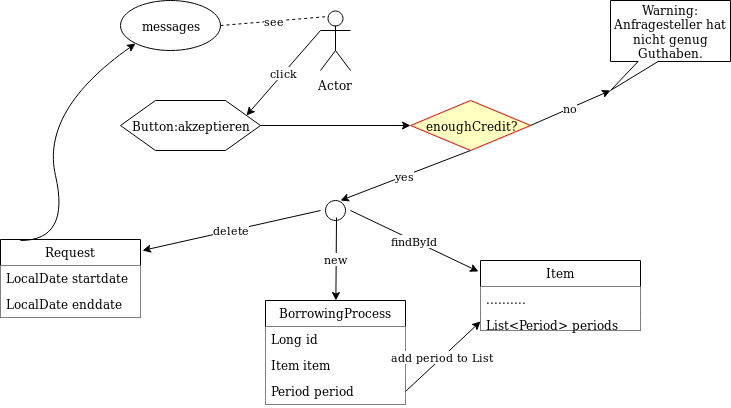
Earlier version of the draw.io export Diagram/acceptRequest.png (Jukre111/Propra-im-Team). Source tidied: cells renumbered, new cells last; positions are measured from the earlier drawing's top-left corner, leaving out a move shared by most shapes. Its diagram source:
```xml
<mxGraphModel>
  <root>
    <mxCell id="0" />
    <mxCell id="1" parent="0" />
    <mxCell id="2" value="Actor" style="shape=umlActor;verticalLabelPosition=bottom;labelBackgroundColor=#ffffff;verticalAlign=top;html=1;outlineConnect=0;" parent="1" vertex="1">
      <mxGeometry x="320" y="10" width="30" height="60" as="geometry" />
    </mxCell>
    <mxCell id="3" value="messages" style="ellipse;whiteSpace=wrap;html=1;" parent="1" vertex="1">
      <mxGeometry x="120" width="100" height="50" as="geometry" />
    </mxCell>
    <mxCell id="4" value="see" style="endArrow=none;dashed=1;html=1;entryX=0.25;entryY=0.1;entryDx=0;entryDy=0;entryPerimeter=0;exitX=1;exitY=0.5;exitDx=0;exitDy=0;" parent="1" edge="1" source="3" target="2">
      <mxGeometry relative="1" as="geometry" />
    </mxCell>
    <mxCell id="5" value="Button:akzeptieren" style="shape=hexagon;perimeter=hexagonPerimeter2;whiteSpace=wrap;html=1;" parent="1" vertex="1">
      <mxGeometry x="120" y="100" width="140" height="50" as="geometry" />
    </mxCell>
    <mxCell id="6" value="click" style="endArrow=classic;html=1;entryX=1;entryY=0.25;entryDx=0;entryDy=0;exitX=0;exitY=0.3333333333333333;exitDx=0;exitDy=0;exitPerimeter=0;" parent="1" edge="1" source="2" target="5">
      <mxGeometry relative="1" as="geometry" />
    </mxCell>
    <mxCell id="7" value="enoughCredit?" style="rhombus;whiteSpace=wrap;html=1;fillColor=#ffffc0;strokeColor=#ff0000;" parent="1" vertex="1">
      <mxGeometry x="410" y="100" width="120" height="50" as="geometry" />
    </mxCell>
    <mxCell id="8" value="Warning: Anfragesteller hat nicht genug Guthaben." style="shape=callout;whiteSpace=wrap;html=1;perimeter=calloutPerimeter;size=29;position=0.23;position2=0;" parent="1" vertex="1">
      <mxGeometry x="610" width="120" height="90" as="geometry" />
    </mxCell>
    <mxCell id="9" value="no" style="endArrow=classic;html=1;exitX=1;exitY=0.5;exitDx=0;exitDy=0;entryX=0;entryY=0;entryDx=0;entryDy=90;entryPerimeter=0;" parent="1" edge="1" source="7" target="8">
      <mxGeometry relative="1" as="geometry" />
    </mxCell>
    <mxCell id="10" style="endArrow=classic;html=1;exitX=1;exitY=0.5;exitDx=0;exitDy=0;entryX=0;entryY=0.5;entryDx=0;entryDy=0;" parent="1" edge="1" source="5" target="7">
      <mxGeometry relative="1" as="geometry" />
    </mxCell>
    <mxCell id="11" value="yes" style="endArrow=classic;html=1;exitX=0.5;exitY=1;exitDx=0;exitDy=0;" parent="1" edge="1" source="7">
      <mxGeometry relative="1" as="geometry">
        <mxPoint x="340" y="200" as="targetPoint" />
      </mxGeometry>
    </mxCell>
    <mxCell id="12" style="ellipse;whiteSpace=wrap;html=1;" parent="1" vertex="1">
      <mxGeometry x="325" y="200" width="20" height="20" as="geometry" />
    </mxCell>
    <mxCell id="13" value="BorrowingProcess" style="swimlane;fontStyle=0;horizontal=1;startSize=26;fillColor=#ffffff;strokeColor=#000000;" parent="1" vertex="1">
      <mxGeometry x="265" y="300" width="140" height="104" as="geometry" />
    </mxCell>
    <mxCell id="14" value="Long id" style="text;strokeColor=none;fillColor=#ffffff;align=left;verticalAlign=top;spacingLeft=4;spacingRight=4;overflow=hidden;" parent="13" vertex="1">
      <mxGeometry y="26" width="140" height="26" as="geometry" />
    </mxCell>
    <mxCell id="15" value="Item item" style="text;strokeColor=none;fillColor=#ffffff;align=left;verticalAlign=top;spacingLeft=4;spacingRight=4;overflow=hidden;" parent="13" vertex="1">
      <mxGeometry y="52" width="140" height="26" as="geometry" />
    </mxCell>
    <mxCell id="16" value="Period period" style="text;strokeColor=none;fillColor=#ffffff;align=left;verticalAlign=top;spacingLeft=4;spacingRight=4;overflow=hidden;points=[[0,0.5],[1,0.5]];portConstraint=eastwest;" parent="13" vertex="1">
      <mxGeometry y="78" width="140" height="26" as="geometry" />
    </mxCell>
    <mxCell id="17" value="new" style="endArrow=classic;html=1;" parent="1" edge="1" target="13">
      <mxGeometry relative="1" as="geometry">
        <mxPoint x="336" y="217" as="sourcePoint" />
      </mxGeometry>
    </mxCell>
    <mxCell id="18" value="Item" style="swimlane;fontStyle=0;horizontal=1;startSize=26;fillColor=#ffffff;" parent="1" vertex="1">
      <mxGeometry x="480" y="260" width="160" height="70" as="geometry" />
    </mxCell>
    <mxCell id="19" value=".........." style="text;strokeColor=none;fillColor=#ffffff;align=left;verticalAlign=top;spacingLeft=4;spacingRight=4;overflow=hidden;" parent="18" vertex="1">
      <mxGeometry y="26" width="160" height="26" as="geometry" />
    </mxCell>
    <mxCell id="20" value="List&lt;Period&gt; periods" style="text;strokeColor=none;fillColor=#ffffff;align=left;verticalAlign=top;spacingLeft=4;spacingRight=4;overflow=hidden;points=[[0,0.5],[1,0.5]];portConstraint=eastwest;" parent="18" vertex="1">
      <mxGeometry y="52" width="160" height="18" as="geometry" />
    </mxCell>
    <mxCell id="21" value="findById" style="endArrow=classic;html=1;entryX=-0.012;entryY=0.154;entryDx=0;entryDy=0;entryPerimeter=0;" parent="1" edge="1" target="18">
      <mxGeometry relative="1" as="geometry">
        <mxPoint x="350" y="210" as="sourcePoint" />
      </mxGeometry>
    </mxCell>
    <mxCell id="22" value="add period to List" style="endArrow=classic;html=1;entryX=0;entryY=0.5;entryDx=0;entryDy=0;exitX=1;exitY=0.5;exitDx=0;exitDy=0;" parent="1" edge="1" source="16" target="20">
      <mxGeometry relative="1" as="geometry" />
    </mxCell>
    <mxCell id="23" value="Request" style="swimlane;fontStyle=0;horizontal=1;startSize=26;fillColor=#ffffff;" parent="1" vertex="1">
      <mxGeometry y="239" width="140" height="78" as="geometry" />
    </mxCell>
    <mxCell id="24" value="LocalDate startdate" style="text;strokeColor=none;fillColor=#ffffff;align=left;verticalAlign=top;spacingLeft=4;spacingRight=4;overflow=hidden;" parent="23" vertex="1">
      <mxGeometry y="26" width="140" height="26" as="geometry" />
    </mxCell>
    <mxCell id="25" value="LocalDate enddate" style="text;strokeColor=none;fillColor=#ffffff;align=left;verticalAlign=top;spacingLeft=4;spacingRight=4;overflow=hidden;" parent="23" vertex="1">
      <mxGeometry y="52" width="140" height="26" as="geometry" />
    </mxCell>
    <mxCell id="26" value="delete" style="endArrow=classic;html=1;entryX=1.014;entryY=0.141;entryDx=0;entryDy=0;entryPerimeter=0;" parent="1" edge="1" target="23">
      <mxGeometry relative="1" as="geometry">
        <mxPoint x="320" y="210" as="sourcePoint" />
      </mxGeometry>
    </mxCell>
    <mxCell id="27" style="curved=1;endArrow=classic;html=1;entryX=0;entryY=1;entryDx=0;entryDy=0;" parent="1" edge="1" target="3">
      <mxGeometry relative="1" as="geometry">
        <mxPoint x="20" y="240" as="sourcePoint" />
        <Array as="points">
          <mxPoint x="70" y="240" />
          <mxPoint x="40" y="110" />
        </Array>
      </mxGeometry>
    </mxCell>
  </root>
</mxGraphModel>
```
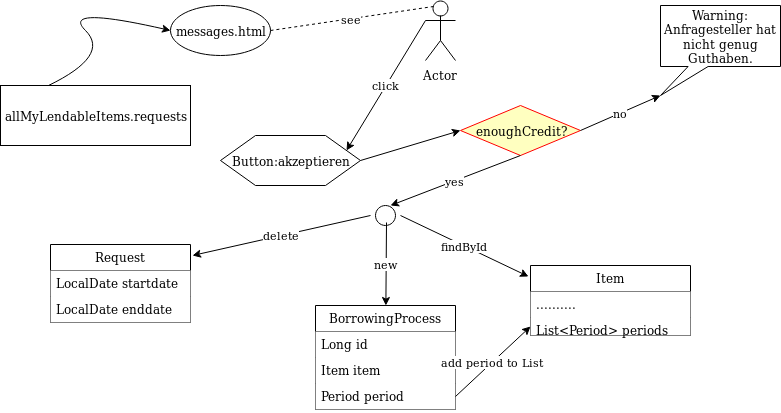
Later version of the same file.

The edit, as a diff of the source:
```diff
@@ -3,16 +3,16 @@
     <mxCell id="0" />
     <mxCell id="1" parent="0" />
     <mxCell id="2" value="Actor" style="shape=umlActor;verticalLabelPosition=bottom;labelBackgroundColor=#ffffff;verticalAlign=top;html=1;outlineConnect=0;" parent="1" vertex="1">
-      <mxGeometry x="320" y="10" width="30" height="60" as="geometry" />
+      <mxGeometry x="375" y="-5" width="30" height="60" as="geometry" />
     </mxCell>
-    <mxCell id="3" value="messages" style="ellipse;whiteSpace=wrap;html=1;" parent="1" vertex="1">
+    <mxCell id="3" value="messages.html" style="ellipse;whiteSpace=wrap;html=1;" parent="1" vertex="1">
       <mxGeometry x="120" width="100" height="50" as="geometry" />
     </mxCell>
     <mxCell id="4" value="see" style="endArrow=none;dashed=1;html=1;entryX=0.25;entryY=0.1;entryDx=0;entryDy=0;entryPerimeter=0;exitX=1;exitY=0.5;exitDx=0;exitDy=0;" parent="1" edge="1" source="3" target="2">
       <mxGeometry relative="1" as="geometry" />
     </mxCell>
     <mxCell id="5" value="Button:akzeptieren" style="shape=hexagon;perimeter=hexagonPerimeter2;whiteSpace=wrap;html=1;" parent="1" vertex="1">
-      <mxGeometry x="120" y="100" width="140" height="50" as="geometry" />
+      <mxGeometry x="170" y="130" width="140" height="50" as="geometry" />
     </mxCell>
     <mxCell id="6" value="click" style="endArrow=classic;html=1;entryX=1;entryY=0.25;entryDx=0;entryDy=0;exitX=0;exitY=0.3333333333333333;exitDx=0;exitDy=0;exitPerimeter=0;" parent="1" edge="1" source="2" target="5">
       <mxGeometry relative="1" as="geometry" />
@@ -85,14 +85,16 @@
         <mxPoint x="320" y="210" as="sourcePoint" />
       </mxGeometry>
     </mxCell>
-    <mxCell id="27" style="curved=1;endArrow=classic;html=1;entryX=0;entryY=1;entryDx=0;entryDy=0;" parent="1" edge="1" target="3">
-      <mxGeometry relative="1" as="geometry">
-        <mxPoint x="20" y="240" as="sourcePoint" />
-        <Array as="points">
-          <mxPoint x="70" y="240" />
-          <mxPoint x="40" y="110" />
-        </Array>
-      </mxGeometry>
-    </mxCell>
+    <mxCell id="28" value="allMyLendableItems.requests" style="rounded=0;whiteSpace=wrap;html=1;fillColor=#FFFFFF;" parent="1" vertex="1">
+      <mxGeometry x="-50" y="80" width="190" height="60" as="geometry" />
+    </mxCell>
+    <mxCell id="29" style="curved=1;endArrow=classic;html=1;exitX=0.25;exitY=0;exitDx=0;exitDy=0;entryX=0;entryY=0.5;entryDx=0;entryDy=0;" parent="1" edge="1" source="28" target="3">
+      <mxGeometry relative="1" as="geometry">
+        <Array as="points">
+          <mxPoint x="60" y="50" />
+          <mxPoint x="10" />
+        </Array>
+      </mxGeometry>
+    </mxCell>
   </root>
 </mxGraphModel>
```
